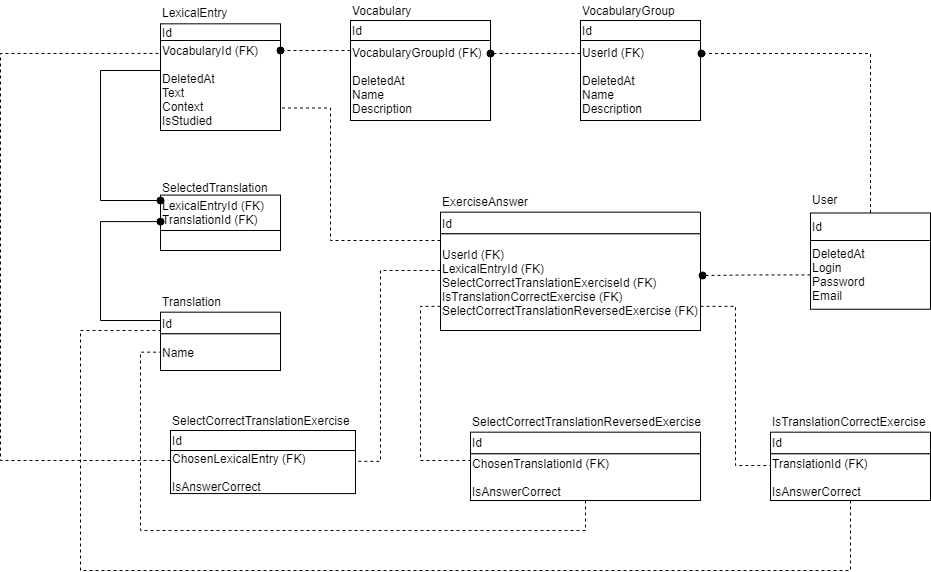
astro6703/Learning keeps this draw.io diagram as ВКР/database-structure.png. Above is the earlier version. Source tidied: cells renumbered, new cells last; positions are measured from the earlier drawing's top-left corner, leaving out a move shared by most shapes.
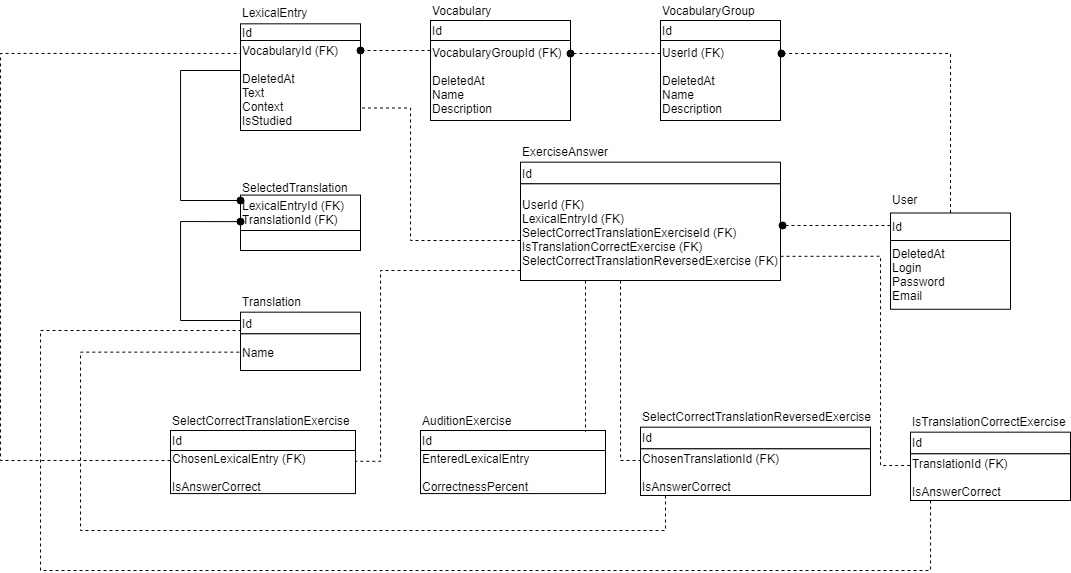
After the commit.

Commit message:
Обновил структуру БД

The edit, as a diff of the source:
```diff
@@ -96,7 +96,7 @@
       <mxGeometry relative="1" as="geometry" />
     </mxCell>
     <mxCell id="33" style="group;" parent="1" vertex="1">
-      <mxGeometry x="440" y="190" width="260" height="140" as="geometry" />
+      <mxGeometry x="440" y="140" width="260" height="140" as="geometry" />
     </mxCell>
     <mxCell id="34" value="ExerciseAnswer" style="text;html=1;strokeColor=none;fillColor=none;align=left;verticalAlign=middle;whiteSpace=wrap;rounded=0;" parent="33" vertex="1">
       <mxGeometry width="190.7" height="21.7" as="geometry" />
@@ -111,7 +111,7 @@
       <mxGeometry relative="1" as="geometry" />
     </mxCell>
     <mxCell id="38" style="group;" parent="1" vertex="1">
-      <mxGeometry x="170" y="410" width="185" height="120" as="geometry" />
+      <mxGeometry x="90" y="410" width="185" height="120" as="geometry" />
     </mxCell>
     <mxCell id="39" value="SelectCorrectTranslationExercise" style="text;html=1;strokeColor=none;fillColor=none;align=left;verticalAlign=middle;whiteSpace=wrap;rounded=0;" parent="38" vertex="1">
       <mxGeometry width="154.2" height="20" as="geometry" />
@@ -126,7 +126,7 @@
       <mxGeometry relative="1" as="geometry" />
     </mxCell>
     <mxCell id="43" style="group;" parent="1" vertex="1">
-      <mxGeometry x="770" y="410" width="160" height="130" as="geometry" />
+      <mxGeometry x="830" y="410" width="160" height="130" as="geometry" />
     </mxCell>
     <mxCell id="44" value="IsTranslationCorrectExercise" style="text;html=1;strokeColor=none;fillColor=none;align=left;verticalAlign=middle;whiteSpace=wrap;rounded=0;" parent="43" vertex="1">
       <mxGeometry width="133.3" height="21.7" as="geometry" />
@@ -144,7 +144,7 @@
       <mxGeometry relative="1" as="geometry" />
     </mxCell>
     <mxCell id="49" style="group;" parent="1" vertex="1">
-      <mxGeometry x="470" y="410" width="230" height="130" as="geometry" />
+      <mxGeometry x="560" y="405" width="230" height="130" as="geometry" />
     </mxCell>
     <mxCell id="50" value="SelectCorrectTranslationReversedExercise" style="text;html=1;strokeColor=none;fillColor=none;align=left;verticalAlign=middle;whiteSpace=wrap;rounded=0;" parent="49" vertex="1">
       <mxGeometry width="191.7" height="21.7" as="geometry" />
@@ -192,8 +192,13 @@
         </Array>
       </mxGeometry>
     </mxCell>
-    <mxCell id="58" style="edgeStyle=orthogonalEdgeStyle;rounded=0;jettySize=auto;html=1;entryX=1.008;entryY=0.431;entryDx=0;entryDy=0;entryPerimeter=0;startSize=0;sourcePerimeterSpacing=0;endArrow=oval;endFill=1;endSize=7;targetPerimeterSpacing=0;strokeWidth=1;dashed=1;" parent="1" edge="1" source="10" target="36">
-      <mxGeometry relative="1" as="geometry" />
+    <mxCell id="58" style="edgeStyle=orthogonalEdgeStyle;rounded=0;jettySize=auto;html=1;entryX=1.008;entryY=0.431;entryDx=0;entryDy=0;entryPerimeter=0;startSize=0;sourcePerimeterSpacing=0;endArrow=oval;endFill=1;endSize=7;targetPerimeterSpacing=0;strokeWidth=1;dashed=1;" parent="1" edge="1" source="9" target="36">
+      <mxGeometry relative="1" as="geometry">
+        <Array as="points">
+          <mxPoint x="780" y="225" />
+          <mxPoint x="780" y="225" />
+        </Array>
+      </mxGeometry>
     </mxCell>
     <mxCell id="59" style="edgeStyle=orthogonalEdgeStyle;rounded=0;jettySize=auto;html=1;entryX=1;entryY=0.75;entryDx=0;entryDy=0;dashed=1;startSize=0;sourcePerimeterSpacing=0;endArrow=none;endFill=0;endSize=7;targetPerimeterSpacing=0;strokeWidth=1;" parent="1" edge="1" source="36" target="20">
       <mxGeometry relative="1" as="geometry">
@@ -206,28 +211,33 @@
     <mxCell id="60" style="edgeStyle=orthogonalEdgeStyle;rounded=0;jettySize=auto;html=1;entryX=1;entryY=0.25;entryDx=0;entryDy=0;dashed=1;startSize=0;sourcePerimeterSpacing=0;endArrow=none;endFill=0;endSize=7;targetPerimeterSpacing=0;strokeWidth=1;" parent="1" edge="1" source="36" target="41">
       <mxGeometry relative="1" as="geometry">
         <Array as="points">
-          <mxPoint x="380" y="270" />
-          <mxPoint x="380" y="461" />
+          <mxPoint x="300" y="270" />
+          <mxPoint x="300" y="461" />
         </Array>
       </mxGeometry>
     </mxCell>
-    <mxCell id="61" style="edgeStyle=orthogonalEdgeStyle;rounded=0;jettySize=auto;html=1;exitX=0;exitY=0.75;exitDx=0;exitDy=0;dashed=1;startSize=0;sourcePerimeterSpacing=0;endArrow=none;endFill=0;endSize=7;targetPerimeterSpacing=0;strokeWidth=1;entryX=0;entryY=0.25;entryDx=0;entryDy=0;" parent="1" edge="1" source="36" target="52">
+    <mxCell id="61" style="edgeStyle=orthogonalEdgeStyle;rounded=0;jettySize=auto;html=1;dashed=1;startSize=0;sourcePerimeterSpacing=0;endArrow=none;endFill=0;endSize=7;targetPerimeterSpacing=0;strokeWidth=1;entryX=0;entryY=0.25;entryDx=0;entryDy=0;" parent="1" edge="1" target="52">
       <mxGeometry relative="1" as="geometry">
+        <mxPoint x="540" y="280" as="sourcePoint" />
         <Array as="points">
-          <mxPoint x="420" y="306" />
-          <mxPoint x="420" y="460" />
-          <mxPoint x="470" y="460" />
+          <mxPoint x="540" y="280" />
+          <mxPoint x="540" y="460" />
         </Array>
       </mxGeometry>
     </mxCell>
     <mxCell id="62" style="edgeStyle=orthogonalEdgeStyle;rounded=0;jettySize=auto;html=1;exitX=1;exitY=0.75;exitDx=0;exitDy=0;entryX=0;entryY=0.25;entryDx=0;entryDy=0;dashed=1;startSize=0;sourcePerimeterSpacing=0;endArrow=none;endFill=0;endSize=7;targetPerimeterSpacing=0;strokeWidth=1;" parent="1" edge="1" source="36" target="46">
-      <mxGeometry relative="1" as="geometry" />
+      <mxGeometry relative="1" as="geometry">
+        <Array as="points">
+          <mxPoint x="800" y="256" />
+          <mxPoint x="800" y="465" />
+        </Array>
+      </mxGeometry>
     </mxCell>
     <mxCell id="63" style="edgeStyle=orthogonalEdgeStyle;rounded=0;jettySize=auto;html=1;entryX=0;entryY=0.144;entryDx=0;entryDy=0;entryPerimeter=0;dashed=1;startSize=0;sourcePerimeterSpacing=0;endArrow=none;endFill=0;endSize=7;targetPerimeterSpacing=0;strokeWidth=1;" parent="1" edge="1" source="41" target="20">
       <mxGeometry relative="1" as="geometry">
         <Array as="points">
-          <mxPoint y="460" />
-          <mxPoint y="53" />
+          <mxPoint x="-80" y="460" />
+          <mxPoint x="-80" y="53" />
         </Array>
       </mxGeometry>
     </mxCell>
@@ -235,8 +245,8 @@
       <mxGeometry relative="1" as="geometry">
         <Array as="points">
           <mxPoint x="585" y="530" />
-          <mxPoint x="140" y="530" />
-          <mxPoint x="140" y="352" />
+          <mxPoint y="530" />
+          <mxPoint y="352" />
         </Array>
       </mxGeometry>
     </mxCell>
@@ -244,11 +254,29 @@
       <mxGeometry relative="1" as="geometry">
         <Array as="points">
           <mxPoint x="850" y="570" />
-          <mxPoint x="80" y="570" />
-          <mxPoint x="80" y="330" />
+          <mxPoint x="-40" y="570" />
+          <mxPoint x="-40" y="330" />
           <mxPoint x="160" y="330" />
         </Array>
       </mxGeometry>
     </mxCell>
+    <mxCell id="66" style="group;" parent="1" vertex="1">
+      <mxGeometry x="340" y="410" width="185" height="120" as="geometry" />
+    </mxCell>
+    <mxCell id="67" value="AuditionExercise" style="text;html=1;strokeColor=none;fillColor=none;align=left;verticalAlign=middle;whiteSpace=wrap;rounded=0;" parent="66" vertex="1">
+      <mxGeometry width="154.2" height="20" as="geometry" />
+    </mxCell>
+    <mxCell id="68" value="Id" style="rounded=0;whiteSpace=wrap;html=1;align=left;" parent="66" vertex="1">
+      <mxGeometry y="20" width="185" height="20" as="geometry" />
+    </mxCell>
+    <mxCell id="69" value="EnteredLexicalEntry&lt;br&gt;&lt;br&gt;CorrectnessPercent" style="rounded=0;whiteSpace=wrap;html=1;align=left;" parent="66" vertex="1">
+      <mxGeometry y="40" width="185" height="43.1" as="geometry" />
+    </mxCell>
+    <mxCell id="70" style="edgeStyle=orthogonalEdgeStyle;rounded=0;orthogonalLoop=1;jettySize=auto;html=1;exitX=0.5;exitY=1;exitDx=0;exitDy=0;" parent="66" edge="1" source="68" target="68">
+      <mxGeometry relative="1" as="geometry" />
+    </mxCell>
+    <mxCell id="71" style="edgeStyle=orthogonalEdgeStyle;rounded=0;jettySize=auto;html=1;exitX=0.25;exitY=1;exitDx=0;exitDy=0;entryX=0.892;entryY=0.067;entryDx=0;entryDy=0;entryPerimeter=0;endArrow=none;endFill=0;dashed=1;" parent="1" edge="1" source="36" target="68">
+      <mxGeometry relative="1" as="geometry" />
+    </mxCell>
   </root>
 </mxGraphModel>
```
